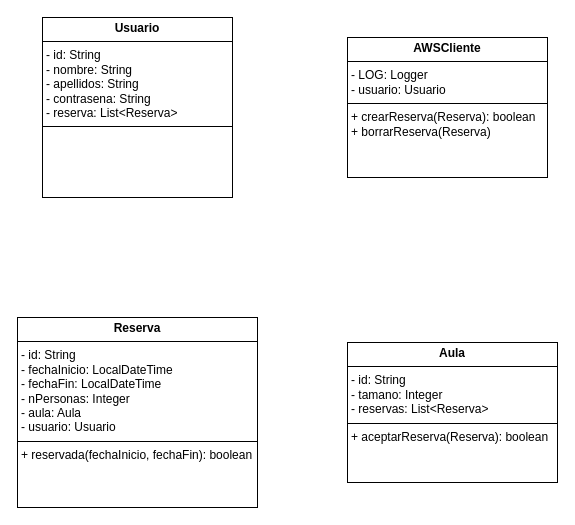
Before: design/UML.drawio in mateomate1/AAD_UD06_Trabajo_G6_DynamoDB, a draw.io diagram. Source tidied: cells renumbered, new cells numbered last; positions are measured from the earlier drawing's top-left corner, leaving out a move shared by most shapes. Both pictures are drawn from the tidied source at 100%, with x=0, y=0 at pixel (17, 17).
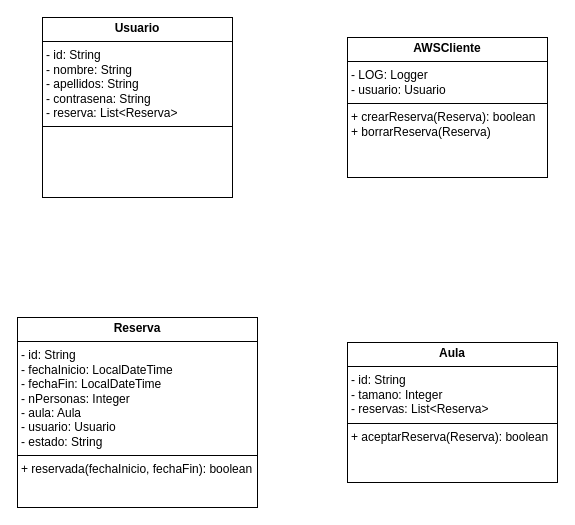
The same diagram, later.

Change to the diagram source:
```diff
@@
 <mxGraphModel>
   <root>
     <mxCell id="0" />
     <mxCell id="1" parent="0" />
     <mxCell id="2" value="&lt;p style=&quot;margin:0px;margin-top:4px;text-align:center;&quot;&gt;&lt;b&gt;Usuario&lt;/b&gt;&lt;/p&gt;&lt;hr size=&quot;1&quot; style=&quot;border-style:solid;&quot;&gt;&lt;p style=&quot;margin:0px;margin-left:4px;&quot;&gt;- id: String&lt;/p&gt;&lt;p style=&quot;margin:0px;margin-left:4px;&quot;&gt;- nombre: String&lt;/p&gt;&lt;p style=&quot;margin:0px;margin-left:4px;&quot;&gt;- apellidos: String&lt;br&gt;&lt;/p&gt;&lt;p style=&quot;margin:0px;margin-left:4px;&quot;&gt;- contrasena: String&lt;/p&gt;&lt;p style=&quot;margin:0px;margin-left:4px;&quot;&gt;- reserva: List&amp;lt;Reserva&amp;gt;&lt;/p&gt;&lt;hr size=&quot;1&quot; style=&quot;border-style:solid;&quot;&gt;&lt;p style=&quot;margin:0px;margin-left:4px;&quot;&gt;&lt;br&gt;&lt;/p&gt;" style="verticalAlign=top;align=left;overflow=fill;html=1;whiteSpace=wrap;" parent="1" vertex="1">
       <mxGeometry x="25" width="190" height="180" as="geometry" />
     </mxCell>
-    <mxCell id="3" value="&lt;p style=&quot;margin:0px;margin-top:4px;text-align:center;&quot;&gt;&lt;b&gt;Reserva&lt;/b&gt;&lt;/p&gt;&lt;hr size=&quot;1&quot; style=&quot;border-style:solid;&quot;&gt;&lt;p style=&quot;margin:0px;margin-left:4px;&quot;&gt;- id: String&lt;/p&gt;&lt;p style=&quot;margin:0px;margin-left:4px;&quot;&gt;- fechaInicio: LocalDateTime&lt;/p&gt;&lt;p style=&quot;margin:0px;margin-left:4px;&quot;&gt;- fechaFin: LocalDateTime&lt;br&gt;- nPersonas: Integer&lt;/p&gt;&lt;p style=&quot;margin:0px;margin-left:4px;&quot;&gt;- aula: Aula&lt;/p&gt;&lt;p style=&quot;margin:0px;margin-left:4px;&quot;&gt;- usuario: Usuario&lt;/p&gt;&lt;hr size=&quot;1&quot; style=&quot;border-style:solid;&quot;&gt;&lt;p style=&quot;margin:0px;margin-left:4px;&quot;&gt;+ reservada(fechaInicio, fechaFin): boolean&lt;br&gt;&lt;br&gt;&lt;/p&gt;" style="verticalAlign=top;align=left;overflow=fill;html=1;whiteSpace=wrap;" parent="1" vertex="1">
+    <mxCell id="3" value="&lt;p style=&quot;margin:0px;margin-top:4px;text-align:center;&quot;&gt;&lt;b&gt;Reserva&lt;/b&gt;&lt;/p&gt;&lt;hr size=&quot;1&quot; style=&quot;border-style:solid;&quot;&gt;&lt;p style=&quot;margin:0px;margin-left:4px;&quot;&gt;- id: String&lt;/p&gt;&lt;p style=&quot;margin:0px;margin-left:4px;&quot;&gt;- fechaInicio: LocalDateTime&lt;/p&gt;&lt;p style=&quot;margin:0px;margin-left:4px;&quot;&gt;- fechaFin: LocalDateTime&lt;br&gt;- nPersonas: Integer&lt;/p&gt;&lt;p style=&quot;margin:0px;margin-left:4px;&quot;&gt;- aula: Aula&lt;/p&gt;&lt;p style=&quot;margin:0px;margin-left:4px;&quot;&gt;- usuario: Usuario&lt;/p&gt;&lt;p style=&quot;margin:0px;margin-left:4px;&quot;&gt;- estado: String&lt;/p&gt;&lt;hr size=&quot;1&quot; style=&quot;border-style:solid;&quot;&gt;&lt;p style=&quot;margin:0px;margin-left:4px;&quot;&gt;+ reservada(fechaInicio, fechaFin): boolean&lt;br&gt;&lt;br&gt;&lt;/p&gt;" style="verticalAlign=top;align=left;overflow=fill;html=1;whiteSpace=wrap;" parent="1" vertex="1">
       <mxGeometry y="300" width="240" height="190" as="geometry" />
     </mxCell>
     <mxCell id="4" value="&lt;p style=&quot;margin:0px;margin-top:4px;text-align:center;&quot;&gt;&lt;b&gt;Aula&lt;/b&gt;&lt;/p&gt;&lt;hr size=&quot;1&quot; style=&quot;border-style:solid;&quot;&gt;&lt;p style=&quot;margin:0px;margin-left:4px;&quot;&gt;- id: String&lt;/p&gt;&lt;p style=&quot;margin:0px;margin-left:4px;&quot;&gt;- tamano: Integer&lt;/p&gt;&lt;p style=&quot;margin:0px;margin-left:4px;&quot;&gt;- reservas: List&amp;lt;Reserva&amp;gt;&lt;/p&gt;&lt;hr size=&quot;1&quot; style=&quot;border-style:solid;&quot;&gt;&lt;p style=&quot;margin:0px;margin-left:4px;&quot;&gt;+ aceptarReserva(Reserva): boolean&lt;/p&gt;" style="verticalAlign=top;align=left;overflow=fill;html=1;whiteSpace=wrap;" parent="1" vertex="1">
       <mxGeometry x="330" y="325" width="210" height="140" as="geometry" />
     </mxCell>
     <mxCell id="5" value="&lt;p style=&quot;margin:0px;margin-top:4px;text-align:center;&quot;&gt;&lt;b&gt;AWSCliente&lt;/b&gt;&lt;/p&gt;&lt;hr size=&quot;1&quot; style=&quot;border-style:solid;&quot;&gt;&lt;p style=&quot;margin:0px;margin-left:4px;&quot;&gt;- LOG: Logger&lt;/p&gt;&lt;p style=&quot;margin:0px;margin-left:4px;&quot;&gt;- usuario: Usuario&lt;/p&gt;&lt;hr size=&quot;1&quot; style=&quot;border-style:solid;&quot;&gt;&lt;p style=&quot;margin: 0px 0px 0px 4px;&quot;&gt;+ crearReserva(Reserva): boolean&lt;/p&gt;&lt;p style=&quot;margin: 0px 0px 0px 4px;&quot;&gt;+ borrarReserva(Reserva)&lt;/p&gt;" style="verticalAlign=top;align=left;overflow=fill;html=1;whiteSpace=wrap;" parent="1" vertex="1">
       <mxGeometry x="330" y="20" width="200" height="140" as="geometry" />
     </mxCell>
   </root>
 </mxGraphModel>
```
